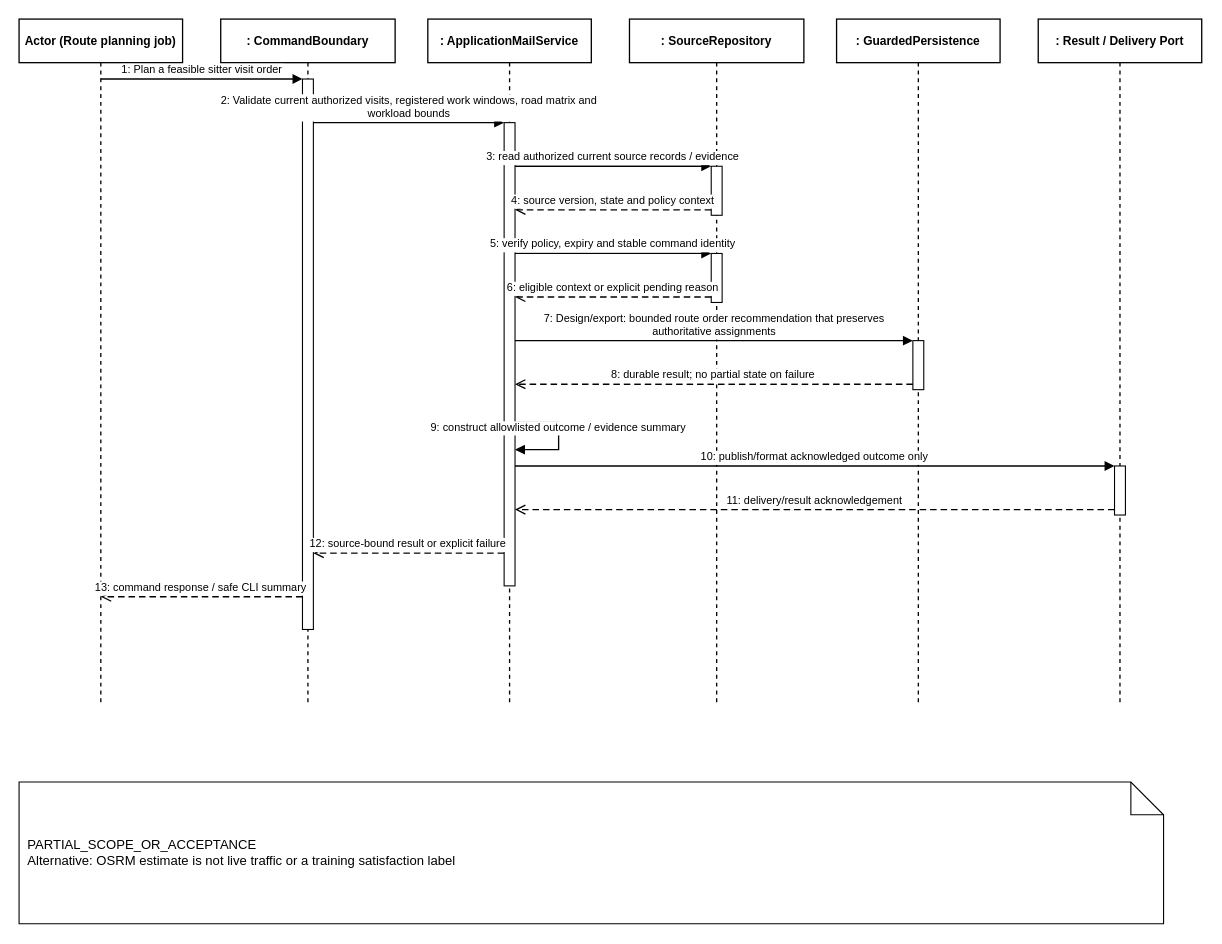
This is doc/reports/report4/sequence/job-06.drawio from ngocthanhhx7/SEP490_G101_FALL2026, a draw.io file, before an edit. Source tidied: cells renumbered, new cells numbered last; positions are measured from the earlier drawing's top-left corner, leaving out a move shared by most shapes. Both pictures are drawn from the tidied source at 109%, with x=0, y=0 at pixel (19, 19).
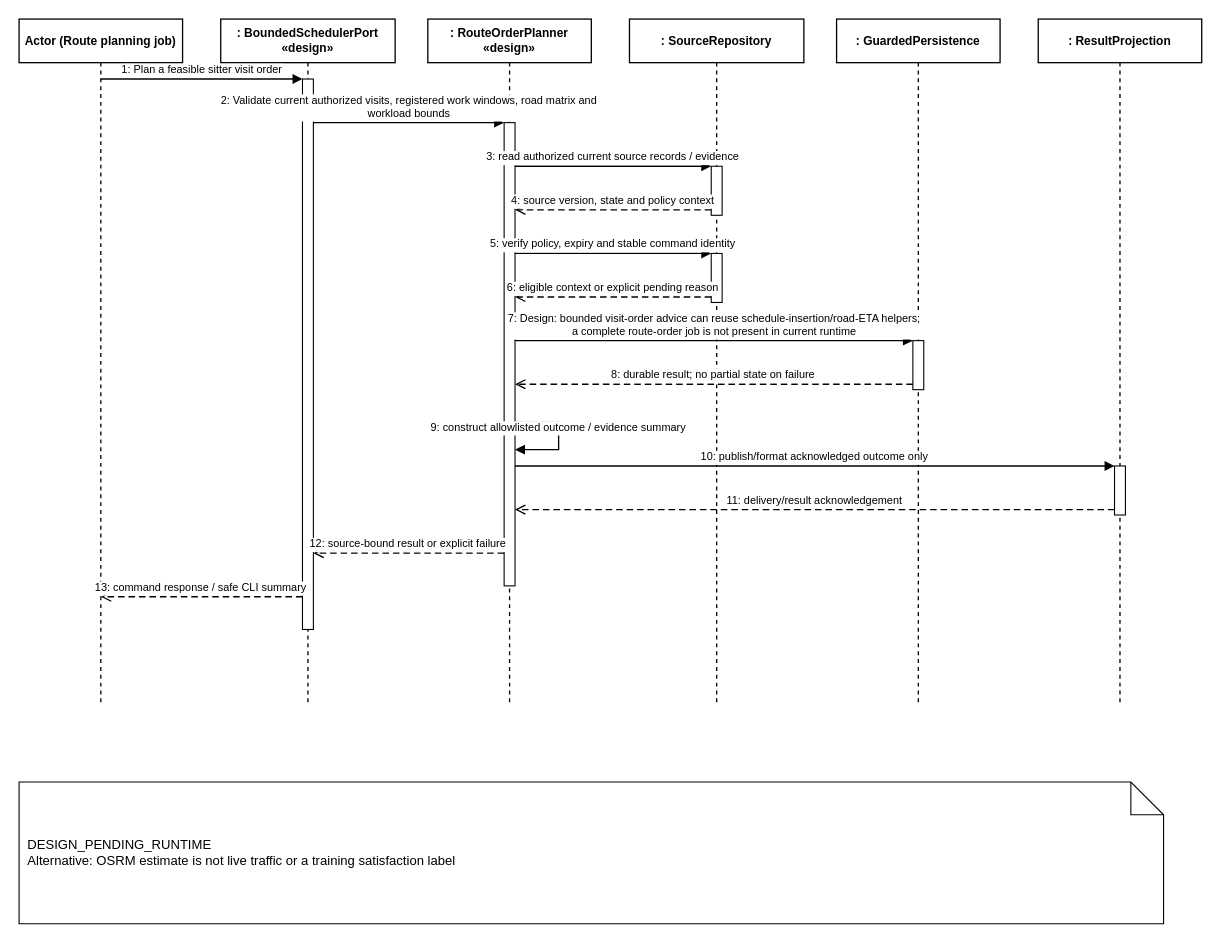
The same page after the edit.

Change to the diagram source:
```diff
@@
-    <mxCell id="3" value=": CommandBoundary" style="shape=umlLifeline;perimeter=lifelinePerimeter;whiteSpace=wrap;html=0;size=40;fillColor=#FFFFFF;strokeColor=#000000;strokeWidth=1.2;fontStyle=1;fontSize=11;align=center;" parent="1" vertex="1">
+    <mxCell id="3" value=": BoundedSchedulerPort «design»" style="shape=umlLifeline;perimeter=lifelinePerimeter;whiteSpace=wrap;html=0;size=40;fillColor=#FFFFFF;strokeColor=#000000;strokeWidth=1.2;fontStyle=1;fontSize=11;align=center;" parent="1" vertex="1">
       <mxGeometry x="185" width="160" height="630" as="geometry" />
     </mxCell>
-    <mxCell id="4" value=": ApplicationMailService" style="shape=umlLifeline;perimeter=lifelinePerimeter;whiteSpace=wrap;html=0;size=40;fillColor=#FFFFFF;strokeColor=#000000;strokeWidth=1.2;fontStyle=1;fontSize=11;align=center;" parent="1" vertex="1">
+    <mxCell id="4" value=": RouteOrderPlanner «design»" style="shape=umlLifeline;perimeter=lifelinePerimeter;whiteSpace=wrap;html=0;size=40;fillColor=#FFFFFF;strokeColor=#000000;strokeWidth=1.2;fontStyle=1;fontSize=11;align=center;" parent="1" vertex="1">
       <mxGeometry x="375" width="150" height="630" as="geometry" />
     </mxCell>
@@
-    <mxCell id="7" value=": Result / Delivery Port" style="shape=umlLifeline;perimeter=lifelinePerimeter;whiteSpace=wrap;html=0;size=40;fillColor=#FFFFFF;strokeColor=#000000;strokeWidth=1.2;fontStyle=1;fontSize=11;align=center;" parent="1" vertex="1">
+    <mxCell id="7" value=": ResultProjection" style="shape=umlLifeline;perimeter=lifelinePerimeter;whiteSpace=wrap;html=0;size=40;fillColor=#FFFFFF;strokeColor=#000000;strokeWidth=1.2;fontStyle=1;fontSize=11;align=center;" parent="1" vertex="1">
       <mxGeometry x="935" width="150" height="630" as="geometry" />
     </mxCell>
@@
-    <mxCell id="20" value="7: Design/export: bounded route order recommendation that preserves&#10;authoritative assignments" style="html=0;verticalAlign=bottom;endArrow=block;endFill=1;strokeColor=#000000;strokeWidth=1.2;fontSize=10;fontColor=#000000;edgeStyle=orthogonalEdgeStyle;rounded=0;" parent="1" edge="1">
+    <mxCell id="20" value="7: Design: bounded visit-order advice can reuse schedule-insertion/road-ETA helpers;&#10;a complete route-order job is not present in current runtime" style="html=0;verticalAlign=bottom;endArrow=block;endFill=1;strokeColor=#000000;strokeWidth=1.2;fontSize=10;fontColor=#000000;edgeStyle=orthogonalEdgeStyle;rounded=0;" parent="1" edge="1">
       <mxGeometry relative="1" as="geometry">
         <mxPoint x="455" y="295" as="sourcePoint" />
         <mxPoint x="820" y="295" as="targetPoint" />
       </mxGeometry>
     </mxCell>
@@
-    <mxCell id="27" value="PARTIAL_SCOPE_OR_ACCEPTANCE&#10;Alternative: OSRM estimate is not live traffic or a training satisfaction label" style="shape=note;whiteSpace=wrap;html=0;fontSize=12;align=left;spacing=8;" parent="1" vertex="1">
+    <mxCell id="27" value="DESIGN_PENDING_RUNTIME&#10;Alternative: OSRM estimate is not live traffic or a training satisfaction label" style="shape=note;whiteSpace=wrap;html=0;fontSize=12;align=left;spacing=8;" parent="1" vertex="1">
       <mxGeometry y="700" width="1050" height="130" as="geometry" />
     </mxCell>
```
